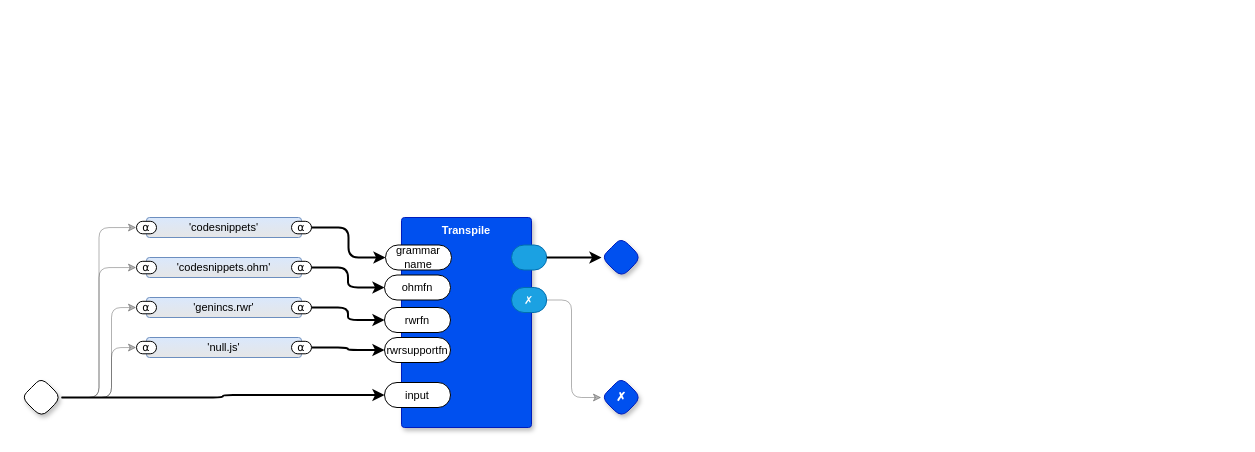
Before: page "Generate Includes" (8 of 14) of gen0d.drawio in guitarvydas/gen0d, a draw.io diagram. Source tidied: cells renumbered, new cells numbered last; positions are measured from the earlier drawing's top-left corner, leaving out a move shared by most shapes. Both pictures are drawn from the tidied source at 100%, with x=0, y=0 at pixel (21, 217).
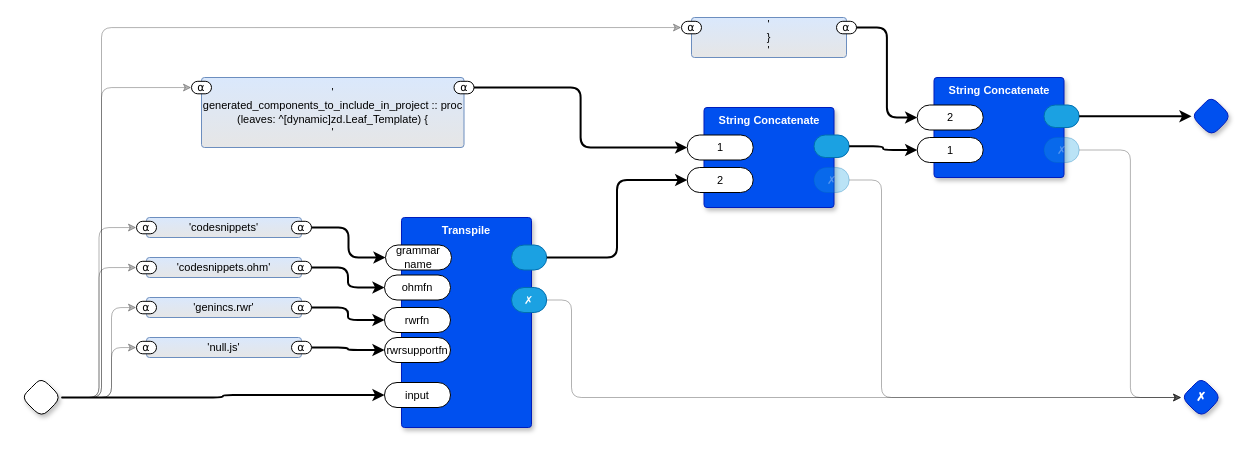
The same page after the edit.

Unchanged cells that the change refers to:
```xml
<mxCell id="3" style="rhombus;whiteSpace=wrap;html=1;rounded=1;fontStyle=1;glass=0;sketch=0;fontSize=12;points=[[0,0.5,0,0,0],[0.5,0,0,0,0],[0.5,1,0,0,0],[1,0.5,0,0,0]];shadow=1;fontFamily=Helvetica;fontColor=default;" parent="1" vertex="1">
  <mxGeometry y="160" width="40" height="40" as="geometry" />
</mxCell>
<mxCell id="6" style="rounded=1;whiteSpace=wrap;html=1;sketch=0;points=[[0,0.5,0,0,0],[1,0.5,0,0,0]];fillColor=#1ba1e2;fontColor=#ffffff;strokeColor=#006EAF;arcSize=50;fontFamily=Helvetica;fontSize=11;" parent="4" vertex="1">
  <mxGeometry x="110" y="27.5" width="35.2" height="25" as="geometry" />
</mxCell>
```

Change to the diagram source:
```diff
@@
     <mxCell id="12" value="✗" style="rhombus;whiteSpace=wrap;html=1;rounded=1;fillColor=#0050ef;fontColor=#ffffff;strokeColor=#001DBC;fontStyle=1;glass=0;sketch=0;fontSize=12;points=[[0,0.5,0,0,0],[0.5,0,0,0,0],[0.5,1,0,0,0],[1,0.5,0,0,0]];shadow=1;fontFamily=Helvetica;" parent="1" vertex="1">
-      <mxGeometry x="580" y="160" width="40" height="40" as="geometry" />
+      <mxGeometry x="1160" y="160" width="40" height="40" as="geometry" />
     </mxCell>
@@
-    <mxCell id="31" style="edgeStyle=orthogonalEdgeStyle;rounded=1;jettySize=auto;html=1;entryX=0;entryY=0.5;entryDx=0;entryDy=0;entryPerimeter=0;strokeWidth=2;curved=0;" parent="1" edge="1" source="6" target="32">
+    <mxCell id="31" style="edgeStyle=orthogonalEdgeStyle;rounded=1;jettySize=auto;html=1;entryX=0;entryY=0.5;entryDx=0;entryDy=0;entryPerimeter=0;strokeWidth=2;curved=0;" parent="1" edge="1" source="6" target="40">
       <mxGeometry relative="1" as="geometry" />
     </mxCell>
     <mxCell id="32" style="rhombus;whiteSpace=wrap;html=1;rounded=1;fontStyle=1;glass=0;sketch=0;fontSize=12;points=[[0,0.5,0,0,0],[0.5,0,0,0,0],[0.5,1,0,0,0],[1,0.5,0,0,0]];shadow=1;fillColor=#0050ef;fontColor=#ffffff;strokeColor=#001DBC;fontFamily=Helvetica;" parent="1" vertex="1">
-      <mxGeometry x="580" y="20" width="40" height="40" as="geometry" />
+      <mxGeometry x="1170" y="-121.2" width="40" height="40" as="geometry" />
     </mxCell>
@@
+    <mxCell id="36" value="String Concatenate" style="rounded=1;whiteSpace=wrap;html=1;sketch=0;verticalAlign=top;arcSize=6;fontStyle=1;absoluteArcSize=1;shadow=1;strokeColor=#001DBC;fillColor=#0050ef;fontColor=#ffffff;fontFamily=Helvetica;fontSize=11;" parent="1" vertex="1">
+      <mxGeometry x="682.5" y="-110" width="130" height="100" as="geometry" />
+    </mxCell>
+    <mxCell id="37" value="1" style="rounded=1;whiteSpace=wrap;html=1;sketch=0;points=[[0,0.5,0,0,0],[1,0.5,0,0,0]];arcSize=50;fontFamily=Helvetica;fontSize=11;fontColor=default;" parent="36" vertex="1">
+      <mxGeometry x="-16.8" y="27.5" width="66" height="25" as="geometry" />
+    </mxCell>
+    <mxCell id="38" style="rounded=1;whiteSpace=wrap;html=1;sketch=0;points=[[0,0.5,0,0,0],[1,0.5,0,0,0]];fillColor=#1ba1e2;fontColor=#ffffff;strokeColor=#006EAF;arcSize=50;fontFamily=Helvetica;fontSize=11;" parent="36" vertex="1">
+      <mxGeometry x="110" y="27.5" width="35.2" height="22.5" as="geometry" />
+    </mxCell>
+    <mxCell id="39" value="✗" style="rounded=1;whiteSpace=wrap;html=1;sketch=0;points=[[0,0.5,0,0,0],[1,0.5,0,0,0]];fillColor=#1ba1e2;fontColor=#ffffff;strokeColor=#006EAF;arcSize=50;fontFamily=Helvetica;fontSize=11;textOpacity=30;opacity=30;" parent="36" vertex="1">
+      <mxGeometry x="110" y="60" width="35.2" height="25" as="geometry" />
+    </mxCell>
+    <mxCell id="40" value="2" style="rounded=1;whiteSpace=wrap;html=1;sketch=0;points=[[0,0.5,0,0,0],[1,0.5,0,0,0]];arcSize=50;fontFamily=Helvetica;fontSize=11;fontColor=default;" parent="36" vertex="1">
+      <mxGeometry x="-16.8" y="60" width="66" height="25" as="geometry" />
+    </mxCell>
+    <mxCell id="41" style="edgeStyle=orthogonalEdgeStyle;shape=connector;curved=0;rounded=1;jettySize=auto;html=1;exitX=1;exitY=0.5;exitDx=0;exitDy=0;exitPerimeter=0;entryX=0;entryY=0.5;entryDx=0;entryDy=0;entryPerimeter=0;labelBackgroundColor=default;strokeColor=default;strokeWidth=2;align=center;verticalAlign=middle;fontFamily=Helvetica;fontSize=11;fontColor=default;endArrow=classic;" parent="1" edge="1" source="44" target="37">
+      <mxGeometry relative="1" as="geometry" />
+    </mxCell>
+    <mxCell id="42" value="'&lt;br&gt;generated_components_to_include_in_project :: proc (leaves: ^[dynamic]zd.Leaf_Template) {&lt;br&gt;'" style="rounded=1;whiteSpace=wrap;html=1;sketch=0;verticalAlign=middle;arcSize=6;fontStyle=0;absoluteArcSize=1;shadow=0;strokeColor=#6c8ebf;fillColor=#dae8fc;fontFamily=Helvetica;fontSize=11;gradientColor=#E6E6E6;fontColor=default;" parent="1" vertex="1">
+      <mxGeometry x="180" y="-140" width="262.5" height="70" as="geometry" />
+    </mxCell>
+    <mxCell id="43" value="⍺" style="rounded=1;whiteSpace=wrap;html=1;sketch=0;points=[[0,0.5,0,0,0],[1,0.5,0,0,0]];arcSize=50;fontFamily=Helvetica;fontSize=11;fontColor=default;" parent="42" vertex="1">
+      <mxGeometry x="-10" y="3.8" width="20" height="12.5" as="geometry" />
+    </mxCell>
+    <mxCell id="44" value="⍺" style="rounded=1;whiteSpace=wrap;html=1;sketch=0;points=[[0,0.5,0,0,0],[1,0.5,0,0,0]];arcSize=50;fontFamily=Helvetica;fontSize=11;fontColor=default;" parent="42" vertex="1">
+      <mxGeometry x="252.5" y="3.8" width="20" height="12.5" as="geometry" />
+    </mxCell>
+    <mxCell id="45" value="String Concatenate" style="rounded=1;whiteSpace=wrap;html=1;sketch=0;verticalAlign=top;arcSize=6;fontStyle=1;absoluteArcSize=1;shadow=1;strokeColor=#001DBC;fillColor=#0050ef;fontColor=#ffffff;fontFamily=Helvetica;fontSize=11;" parent="1" vertex="1">
+      <mxGeometry x="912.5" y="-140" width="130" height="100" as="geometry" />
+    </mxCell>
+    <mxCell id="46" value="2" style="rounded=1;whiteSpace=wrap;html=1;sketch=0;points=[[0,0.5,0,0,0],[1,0.5,0,0,0]];arcSize=50;fontFamily=Helvetica;fontSize=11;fontColor=default;" parent="45" vertex="1">
+      <mxGeometry x="-16.8" y="27.5" width="66" height="25" as="geometry" />
+    </mxCell>
+    <mxCell id="47" style="rounded=1;whiteSpace=wrap;html=1;sketch=0;points=[[0,0.5,0,0,0],[1,0.5,0,0,0]];fillColor=#1ba1e2;fontColor=#ffffff;strokeColor=#006EAF;arcSize=50;fontFamily=Helvetica;fontSize=11;" parent="45" vertex="1">
+      <mxGeometry x="110" y="27.5" width="35.2" height="22.5" as="geometry" />
+    </mxCell>
+    <mxCell id="48" value="✗" style="rounded=1;whiteSpace=wrap;html=1;sketch=0;points=[[0,0.5,0,0,0],[1,0.5,0,0,0]];fillColor=#1ba1e2;fontColor=#ffffff;strokeColor=#006EAF;arcSize=50;fontFamily=Helvetica;fontSize=11;textOpacity=30;opacity=30;" parent="45" vertex="1">
+      <mxGeometry x="110" y="60" width="35.2" height="25" as="geometry" />
+    </mxCell>
+    <mxCell id="49" value="1" style="rounded=1;whiteSpace=wrap;html=1;sketch=0;points=[[0,0.5,0,0,0],[1,0.5,0,0,0]];arcSize=50;fontFamily=Helvetica;fontSize=11;fontColor=default;" parent="45" vertex="1">
+      <mxGeometry x="-16.8" y="60" width="66" height="25" as="geometry" />
+    </mxCell>
+    <mxCell id="50" style="edgeStyle=orthogonalEdgeStyle;shape=connector;curved=0;rounded=1;jettySize=auto;html=1;exitX=1;exitY=0.5;exitDx=0;exitDy=0;exitPerimeter=0;labelBackgroundColor=default;strokeColor=default;strokeWidth=2;align=center;verticalAlign=middle;fontFamily=Helvetica;fontSize=11;fontColor=default;endArrow=classic;" parent="1" edge="1" source="38" target="49">
+      <mxGeometry relative="1" as="geometry" />
+    </mxCell>
+    <mxCell id="51" value="'&lt;br&gt;}&lt;br&gt;'" style="rounded=1;whiteSpace=wrap;html=1;sketch=0;verticalAlign=middle;arcSize=6;fontStyle=0;absoluteArcSize=1;shadow=0;strokeColor=#6c8ebf;fillColor=#dae8fc;fontFamily=Helvetica;fontSize=11;gradientColor=#E6E6E6;fontColor=default;" parent="1" vertex="1">
+      <mxGeometry x="670" y="-200" width="155" height="40" as="geometry" />
+    </mxCell>
+    <mxCell id="52" value="⍺" style="rounded=1;whiteSpace=wrap;html=1;sketch=0;points=[[0,0.5,0,0,0],[1,0.5,0,0,0]];arcSize=50;fontFamily=Helvetica;fontSize=11;fontColor=default;" parent="51" vertex="1">
+      <mxGeometry x="145" y="3.8" width="20" height="12.5" as="geometry" />
+    </mxCell>
+    <mxCell id="53" value="⍺" style="rounded=1;whiteSpace=wrap;html=1;sketch=0;points=[[0,0.5,0,0,0],[1,0.5,0,0,0]];arcSize=50;fontFamily=Helvetica;fontSize=11;fontColor=default;" parent="51" vertex="1">
+      <mxGeometry x="-10" y="3.8" width="20" height="12.5" as="geometry" />
+    </mxCell>
+    <mxCell id="54" style="edgeStyle=orthogonalEdgeStyle;shape=connector;curved=0;rounded=1;jettySize=auto;html=1;exitX=1;exitY=0.5;exitDx=0;exitDy=0;exitPerimeter=0;entryX=0;entryY=0.5;entryDx=0;entryDy=0;entryPerimeter=0;labelBackgroundColor=default;strokeColor=default;strokeWidth=2;align=center;verticalAlign=middle;fontFamily=Helvetica;fontSize=11;fontColor=default;endArrow=classic;" parent="1" edge="1" source="52" target="46">
+      <mxGeometry relative="1" as="geometry" />
+    </mxCell>
+    <mxCell id="55" style="edgeStyle=orthogonalEdgeStyle;rounded=1;jettySize=auto;html=1;exitX=1;exitY=0.5;exitDx=0;exitDy=0;exitPerimeter=0;entryX=0;entryY=0.5;entryDx=0;entryDy=0;entryPerimeter=0;strokeWidth=2;curved=0;" parent="1" edge="1" source="47" target="32">
+      <mxGeometry relative="1" as="geometry" />
+    </mxCell>
+    <mxCell id="56" style="edgeStyle=orthogonalEdgeStyle;rounded=1;jettySize=auto;html=1;exitX=1;exitY=0.5;exitDx=0;exitDy=0;exitPerimeter=0;entryX=0;entryY=0.5;entryDx=0;entryDy=0;entryPerimeter=0;strokeWidth=1;curved=0;opacity=30;" parent="1" edge="1" source="48" target="12">
+      <mxGeometry relative="1" as="geometry" />
+    </mxCell>
+    <mxCell id="57" style="edgeStyle=orthogonalEdgeStyle;rounded=1;jettySize=auto;html=1;exitX=1;exitY=0.5;exitDx=0;exitDy=0;exitPerimeter=0;opacity=30;strokeColor=default;strokeWidth=1;align=center;verticalAlign=middle;fontFamily=Helvetica;fontSize=11;fontColor=default;labelBackgroundColor=default;endArrow=classic;entryX=0;entryY=0.5;entryDx=0;entryDy=0;entryPerimeter=0;" parent="1" edge="1" source="39" target="12">
+      <mxGeometry relative="1" as="geometry">
+        <Array as="points">
+          <mxPoint x="860" y="-37" />
+          <mxPoint x="860" y="180" />
+        </Array>
+      </mxGeometry>
+    </mxCell>
+    <mxCell id="58" style="edgeStyle=orthogonalEdgeStyle;rounded=1;jettySize=auto;html=1;exitX=1;exitY=0.5;exitDx=0;exitDy=0;exitPerimeter=0;entryX=0;entryY=0.5;entryDx=0;entryDy=0;entryPerimeter=0;opacity=30;strokeColor=default;strokeWidth=1;align=center;verticalAlign=middle;fontFamily=Helvetica;fontSize=11;fontColor=default;labelBackgroundColor=default;endArrow=classic;" parent="1" edge="1" source="3" target="43">
+      <mxGeometry relative="1" as="geometry">
+        <Array as="points">
+          <mxPoint x="80" y="180" />
+          <mxPoint x="80" y="-130" />
+        </Array>
+      </mxGeometry>
+    </mxCell>
+    <mxCell id="59" style="edgeStyle=orthogonalEdgeStyle;rounded=1;jettySize=auto;html=1;exitX=1;exitY=0.5;exitDx=0;exitDy=0;exitPerimeter=0;entryX=0;entryY=0.5;entryDx=0;entryDy=0;entryPerimeter=0;opacity=30;strokeColor=default;strokeWidth=1;align=center;verticalAlign=middle;fontFamily=Helvetica;fontSize=11;fontColor=default;labelBackgroundColor=default;endArrow=classic;" parent="1" edge="1" source="3" target="53">
+      <mxGeometry relative="1" as="geometry">
+        <Array as="points">
+          <mxPoint x="80" y="180" />
+          <mxPoint x="80" y="-190" />
+        </Array>
+      </mxGeometry>
+    </mxCell>
```
